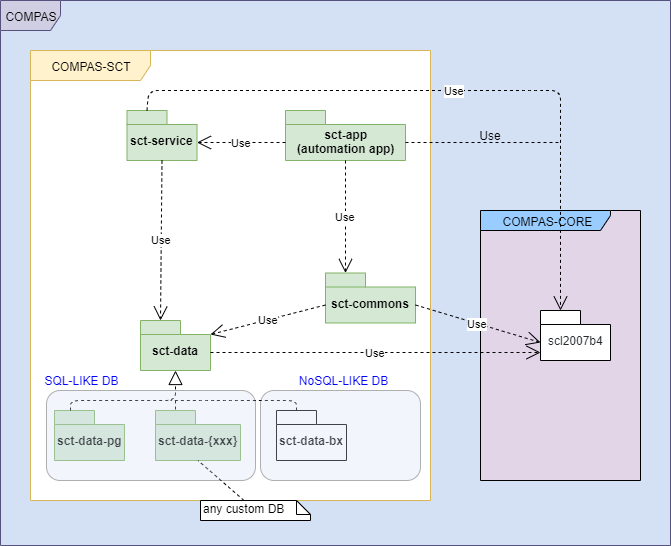
Earlier version of the draw.io export doc/images/PackageDiagram-CompasSCT.png (com-pas/compas-sct). Source tidied: cells renumbered, new cells last; positions are measured from the earlier drawing's top-left corner, leaving out a move shared by most shapes. The source it was exported from:
```xml
<mxGraphModel>
  <root>
    <mxCell id="0" />
    <mxCell id="1" parent="0" />
    <mxCell id="2" value="COMPAS" style="shape=umlFrame;whiteSpace=wrap;html=1;fillColor=#d0cee2;strokeColor=#56517e;swimlaneFillColor=#D4E1F5;" parent="1" vertex="1">
      <mxGeometry width="670" height="545" as="geometry" />
    </mxCell>
    <mxCell id="3" value="COMPAS-SCT" style="shape=umlFrame;whiteSpace=wrap;html=1;width=120;height=30;fillColor=#fff2cc;strokeColor=#d6b656;swimlaneFillColor=#ffffff;" parent="1" vertex="1">
      <mxGeometry x="30" y="50" width="400" height="450" as="geometry" />
    </mxCell>
    <mxCell id="4" value="COMPAS-CORE" style="shape=umlFrame;whiteSpace=wrap;html=1;width=130;height=20;swimlaneFillColor=#E1D5E7;fillColor=#99CCFF;" parent="1" vertex="1">
      <mxGeometry x="480" y="210" width="160" height="270" as="geometry" />
    </mxCell>
    <mxCell id="5" value="sct-commons" style="shape=folder;fontStyle=1;spacingTop=10;tabWidth=40;tabHeight=14;tabPosition=left;html=1;fillColor=#d5e8d4;strokeColor=#82b366;" parent="1" vertex="1">
      <mxGeometry x="325" y="272.5" width="90" height="50" as="geometry" />
    </mxCell>
    <mxCell id="6" value="sct-data" style="shape=folder;fontStyle=1;spacingTop=10;tabWidth=40;tabHeight=14;tabPosition=left;html=1;fillColor=#d5e8d4;strokeColor=#82b366;" parent="1" vertex="1">
      <mxGeometry x="140" y="320" width="70" height="50" as="geometry" />
    </mxCell>
    <mxCell id="7" value="sct-data-pg" style="shape=folder;fontStyle=1;spacingTop=10;tabWidth=40;tabHeight=14;tabPosition=left;html=1;fillColor=#d5e8d4;strokeColor=#82b366;" parent="1" vertex="1">
      <mxGeometry x="54" y="410" width="70" height="50" as="geometry" />
    </mxCell>
    <mxCell id="8" value="sct-data-bx" style="shape=folder;fontStyle=1;spacingTop=10;tabWidth=40;tabHeight=14;tabPosition=left;html=1;" parent="1" vertex="1">
      <mxGeometry x="276" y="410" width="70" height="50" as="geometry" />
    </mxCell>
    <mxCell id="9" value="sct-service" style="shape=folder;fontStyle=1;spacingTop=10;tabWidth=40;tabHeight=14;tabPosition=left;html=1;fillColor=#d5e8d4;strokeColor=#82b366;" parent="1" vertex="1">
      <mxGeometry x="126.5" y="110" width="70" height="50" as="geometry" />
    </mxCell>
    <mxCell id="10" value="sct-app&lt;br&gt;(automation app)" style="shape=folder;fontStyle=1;spacingTop=10;tabWidth=40;tabHeight=14;tabPosition=left;html=1;fillColor=#d5e8d4;strokeColor=#82b366;" parent="1" vertex="1">
      <mxGeometry x="285" y="110" width="120" height="50" as="geometry" />
    </mxCell>
    <mxCell id="11" value="Use" style="endArrow=open;endSize=12;dashed=1;html=1;exitX=0.5;exitY=1;exitDx=0;exitDy=0;exitPerimeter=0;entryX=0;entryY=0;entryDx=20;entryDy=0;entryPerimeter=0;" parent="1" edge="1" source="9" target="6">
      <mxGeometry relative="1" as="geometry" />
    </mxCell>
    <mxCell id="12" value="Use" style="endArrow=open;endSize=12;dashed=1;html=1;exitX=0.5;exitY=1;exitDx=0;exitDy=0;exitPerimeter=0;entryX=0;entryY=0;entryDx=20;entryDy=0;entryPerimeter=0;" parent="1" edge="1" source="10" target="5">
      <mxGeometry relative="1" as="geometry" />
    </mxCell>
    <mxCell id="13" value="Use" style="endArrow=open;endSize=12;dashed=1;html=1;exitX=0;exitY=0;exitDx=0;exitDy=32;exitPerimeter=0;entryX=0;entryY=0;entryDx=70;entryDy=32;entryPerimeter=0;" parent="1" edge="1" source="10" target="9">
      <mxGeometry relative="1" as="geometry" />
    </mxCell>
    <mxCell id="14" style="endArrow=block;dashed=1;endFill=0;endSize=12;html=1;entryX=0.5;entryY=1;entryDx=0;entryDy=0;entryPerimeter=0;edgeStyle=orthogonalEdgeStyle;" parent="1" edge="1" target="6">
      <mxGeometry relative="1" as="geometry">
        <mxPoint x="70" y="410" as="sourcePoint" />
        <Array as="points">
          <mxPoint x="70" y="410" />
          <mxPoint x="70" y="400" />
          <mxPoint x="175" y="400" />
        </Array>
      </mxGeometry>
    </mxCell>
    <mxCell id="15" style="endArrow=none;dashed=1;html=1;exitX=0;exitY=0;exitDx=20;exitDy=0;exitPerimeter=0;" parent="1" edge="1" source="8">
      <mxGeometry relative="1" as="geometry">
        <mxPoint x="170" y="400" as="targetPoint" />
        <Array as="points">
          <mxPoint x="296" y="400" />
          <mxPoint x="230" y="400" />
          <mxPoint x="210" y="400" />
        </Array>
      </mxGeometry>
    </mxCell>
    <mxCell id="16" value="&lt;font color=&quot;#24292e&quot; size=&quot;1&quot;&gt;&lt;span style=&quot;font-weight: 400 ; white-space: normal ; font-size: 12px&quot;&gt;scl2007b4&lt;/span&gt;&lt;/font&gt;" style="shape=folder;fontStyle=1;spacingTop=10;tabWidth=40;tabHeight=14;tabPosition=left;html=1;" parent="1" vertex="1">
      <mxGeometry x="540" y="310" width="70" height="50" as="geometry" />
    </mxCell>
    <mxCell id="17" value="Use" style="endArrow=open;endSize=12;dashed=1;html=1;exitX=0;exitY=0;exitDx=90;exitDy=32;exitPerimeter=0;entryX=0;entryY=0;entryDx=0;entryDy=32;entryPerimeter=0;" parent="1" edge="1" source="5" target="16">
      <mxGeometry relative="1" as="geometry" />
    </mxCell>
    <mxCell id="18" value="sct-data-{xxx}" style="shape=folder;fontStyle=1;spacingTop=10;tabWidth=40;tabHeight=14;tabPosition=left;html=1;fillColor=#d5e8d4;strokeColor=#82b366;" parent="1" vertex="1">
      <mxGeometry x="155" y="410" width="85" height="50" as="geometry" />
    </mxCell>
    <mxCell id="19" style="endArrow=none;dashed=1;html=1;entryX=0;entryY=0;entryDx=20;entryDy=0;entryPerimeter=0;" parent="1" edge="1" target="18">
      <mxGeometry relative="1" as="geometry">
        <mxPoint x="175" y="400" as="sourcePoint" />
      </mxGeometry>
    </mxCell>
    <mxCell id="20" value="any custom DB" style="shape=note;whiteSpace=wrap;html=1;size=14;verticalAlign=top;align=left;spacingTop=-6;" parent="1" vertex="1">
      <mxGeometry x="200" y="500" width="110" height="20" as="geometry" />
    </mxCell>
    <mxCell id="21" style="endArrow=none;dashed=1;html=1;entryX=0.5;entryY=1;entryDx=0;entryDy=0;entryPerimeter=0;" parent="1" edge="1" source="20" target="18">
      <mxGeometry relative="1" as="geometry" />
    </mxCell>
    <mxCell id="22" value="Use" style="endArrow=open;endSize=12;dashed=1;html=1;exitX=0;exitY=0;exitDx=70;exitDy=32;exitPerimeter=0;" parent="1" edge="1" source="6">
      <mxGeometry relative="1" as="geometry">
        <mxPoint x="540" y="352" as="targetPoint" />
      </mxGeometry>
    </mxCell>
    <mxCell id="23" value="Use" style="endArrow=open;endSize=12;dashed=1;html=1;exitX=0;exitY=0;exitDx=0;exitDy=32;exitPerimeter=0;entryX=0;entryY=0;entryDx=70;entryDy=14;entryPerimeter=0;" parent="1" edge="1" source="5" target="6">
      <mxGeometry relative="1" as="geometry" />
    </mxCell>
    <mxCell id="24" value="Use" style="endArrow=open;endSize=12;dashed=1;html=1;exitX=0;exitY=0;exitDx=20;exitDy=0;exitPerimeter=0;entryX=0;entryY=0;entryDx=20;entryDy=0;entryPerimeter=0;" parent="1" edge="1" source="9" target="16">
      <mxGeometry relative="1" as="geometry">
        <Array as="points">
          <mxPoint x="148" y="90" />
          <mxPoint x="530" y="90" />
          <mxPoint x="560" y="90" />
        </Array>
      </mxGeometry>
    </mxCell>
    <mxCell id="25" style="endArrow=none;dashed=1;html=1;exitX=0;exitY=0;exitDx=120;exitDy=32;exitPerimeter=0;" parent="1" edge="1" source="10">
      <mxGeometry relative="1" as="geometry">
        <mxPoint x="560" y="142" as="targetPoint" />
      </mxGeometry>
    </mxCell>
    <mxCell id="26" value="Use" style="text;html=1;strokeColor=none;fillColor=none;align=center;verticalAlign=middle;whiteSpace=wrap;rounded=0;" parent="1" vertex="1">
      <mxGeometry x="470" y="125" width="40" height="20" as="geometry" />
    </mxCell>
    <mxCell id="27" style="rounded=1;whiteSpace=wrap;html=1;opacity=30;fillColor=#D4E1F5;" parent="1" vertex="1">
      <mxGeometry x="46" y="390" width="209" height="90" as="geometry" />
    </mxCell>
    <mxCell id="28" style="rounded=1;whiteSpace=wrap;html=1;opacity=30;fillColor=#D4E1F5;" parent="1" vertex="1">
      <mxGeometry x="260" y="390" width="160" height="90" as="geometry" />
    </mxCell>
    <mxCell id="29" value="&lt;font color=&quot;#0000ff&quot;&gt;SQL-LIKE DB&lt;/font&gt;" style="text;html=1;strokeColor=none;fillColor=none;align=center;verticalAlign=middle;whiteSpace=wrap;rounded=0;opacity=50;" parent="1" vertex="1">
      <mxGeometry x="42" y="370" width="78" height="20" as="geometry" />
    </mxCell>
    <mxCell id="30" value="&lt;font color=&quot;#0000ff&quot;&gt;NoSQL-LIKE DB&lt;/font&gt;" style="text;html=1;strokeColor=none;fillColor=none;align=center;verticalAlign=middle;whiteSpace=wrap;rounded=0;opacity=50;" parent="1" vertex="1">
      <mxGeometry x="285" y="370" width="115" height="20" as="geometry" />
    </mxCell>
  </root>
</mxGraphModel>
```
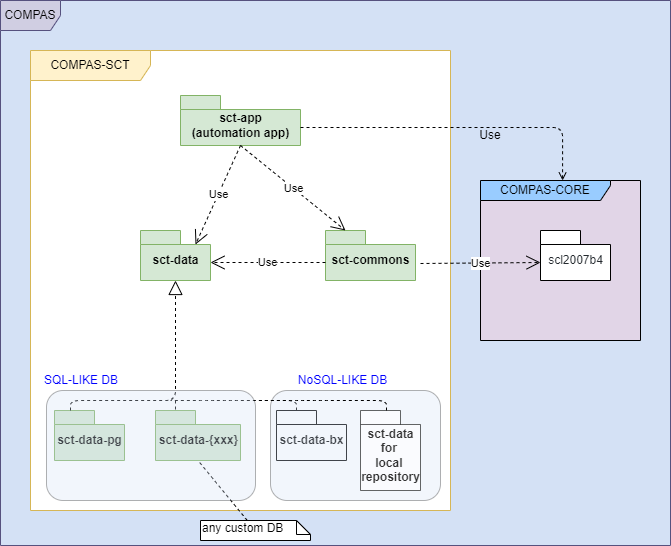
The same file after the commit.

What changed in the source:
```diff
@@ -6,16 +6,16 @@
       <mxGeometry width="670" height="545" as="geometry" />
     </mxCell>
     <mxCell id="3" value="COMPAS-SCT" style="shape=umlFrame;whiteSpace=wrap;html=1;width=120;height=30;fillColor=#fff2cc;strokeColor=#d6b656;swimlaneFillColor=#ffffff;" parent="1" vertex="1">
-      <mxGeometry x="30" y="50" width="400" height="450" as="geometry" />
+      <mxGeometry x="30" y="50" width="420" height="460" as="geometry" />
     </mxCell>
     <mxCell id="4" value="COMPAS-CORE" style="shape=umlFrame;whiteSpace=wrap;html=1;width=130;height=20;swimlaneFillColor=#E1D5E7;fillColor=#99CCFF;" parent="1" vertex="1">
-      <mxGeometry x="480" y="210" width="160" height="270" as="geometry" />
+      <mxGeometry x="480" y="180" width="160" height="160" as="geometry" />
     </mxCell>
     <mxCell id="5" value="sct-commons" style="shape=folder;fontStyle=1;spacingTop=10;tabWidth=40;tabHeight=14;tabPosition=left;html=1;fillColor=#d5e8d4;strokeColor=#82b366;" parent="1" vertex="1">
-      <mxGeometry x="325" y="272.5" width="90" height="50" as="geometry" />
+      <mxGeometry x="325" y="230" width="90" height="50" as="geometry" />
     </mxCell>
     <mxCell id="6" value="sct-data" style="shape=folder;fontStyle=1;spacingTop=10;tabWidth=40;tabHeight=14;tabPosition=left;html=1;fillColor=#d5e8d4;strokeColor=#82b366;" parent="1" vertex="1">
-      <mxGeometry x="140" y="320" width="70" height="50" as="geometry" />
+      <mxGeometry x="140" y="230" width="70" height="50" as="geometry" />
     </mxCell>
     <mxCell id="7" value="sct-data-pg" style="shape=folder;fontStyle=1;spacingTop=10;tabWidth=40;tabHeight=14;tabPosition=left;html=1;fillColor=#d5e8d4;strokeColor=#82b366;" parent="1" vertex="1">
       <mxGeometry x="54" y="410" width="70" height="50" as="geometry" />
@@ -23,97 +23,91 @@
     <mxCell id="8" value="sct-data-bx" style="shape=folder;fontStyle=1;spacingTop=10;tabWidth=40;tabHeight=14;tabPosition=left;html=1;" parent="1" vertex="1">
       <mxGeometry x="276" y="410" width="70" height="50" as="geometry" />
     </mxCell>
-    <mxCell id="9" value="sct-service" style="shape=folder;fontStyle=1;spacingTop=10;tabWidth=40;tabHeight=14;tabPosition=left;html=1;fillColor=#d5e8d4;strokeColor=#82b366;" parent="1" vertex="1">
-      <mxGeometry x="126.5" y="110" width="70" height="50" as="geometry" />
-    </mxCell>
     <mxCell id="10" value="sct-app&lt;br&gt;(automation app)" style="shape=folder;fontStyle=1;spacingTop=10;tabWidth=40;tabHeight=14;tabPosition=left;html=1;fillColor=#d5e8d4;strokeColor=#82b366;" parent="1" vertex="1">
-      <mxGeometry x="285" y="110" width="120" height="50" as="geometry" />
+      <mxGeometry x="180" y="95" width="120" height="50" as="geometry" />
     </mxCell>
-    <mxCell id="11" value="Use" style="endArrow=open;endSize=12;dashed=1;html=1;exitX=0.5;exitY=1;exitDx=0;exitDy=0;exitPerimeter=0;entryX=0;entryY=0;entryDx=20;entryDy=0;entryPerimeter=0;" parent="1" edge="1" source="9" target="6">
-      <mxGeometry relative="1" as="geometry" />
-    </mxCell>
     <mxCell id="12" value="Use" style="endArrow=open;endSize=12;dashed=1;html=1;exitX=0.5;exitY=1;exitDx=0;exitDy=0;exitPerimeter=0;entryX=0;entryY=0;entryDx=20;entryDy=0;entryPerimeter=0;" parent="1" edge="1" source="10" target="5">
       <mxGeometry relative="1" as="geometry" />
     </mxCell>
-    <mxCell id="13" value="Use" style="endArrow=open;endSize=12;dashed=1;html=1;exitX=0;exitY=0;exitDx=0;exitDy=32;exitPerimeter=0;entryX=0;entryY=0;entryDx=70;entryDy=32;entryPerimeter=0;" parent="1" edge="1" source="10" target="9">
-      <mxGeometry relative="1" as="geometry" />
-    </mxCell>
-    <mxCell id="14" style="endArrow=block;dashed=1;endFill=0;endSize=12;html=1;entryX=0.5;entryY=1;entryDx=0;entryDy=0;entryPerimeter=0;edgeStyle=orthogonalEdgeStyle;" parent="1" edge="1" target="6">
-      <mxGeometry relative="1" as="geometry">
-        <mxPoint x="70" y="410" as="sourcePoint" />
-        <Array as="points">
-          <mxPoint x="70" y="410" />
-          <mxPoint x="70" y="400" />
-          <mxPoint x="175" y="400" />
-        </Array>
-      </mxGeometry>
-    </mxCell>
-    <mxCell id="15" style="endArrow=none;dashed=1;html=1;exitX=0;exitY=0;exitDx=20;exitDy=0;exitPerimeter=0;" parent="1" edge="1" source="8">
-      <mxGeometry relative="1" as="geometry">
-        <mxPoint x="170" y="400" as="targetPoint" />
-        <Array as="points">
-          <mxPoint x="296" y="400" />
-          <mxPoint x="230" y="400" />
-          <mxPoint x="210" y="400" />
-        </Array>
-      </mxGeometry>
-    </mxCell>
+    <mxCell id="31" value="Use" style="endArrow=open;endSize=12;dashed=1;html=1;exitX=0.5;exitY=1;exitDx=0;exitDy=0;exitPerimeter=0;entryX=0;entryY=0;entryDx=55;entryDy=14;entryPerimeter=0;" parent="1" edge="1" source="10" target="6">
+      <mxGeometry relative="1" as="geometry" />
+    </mxCell>
+    <mxCell id="32" style="endArrow=block;dashed=1;endFill=0;endSize=12;html=1;entryX=0.5;entryY=1;entryDx=0;entryDy=0;entryPerimeter=0;edgeStyle=orthogonalEdgeStyle;" parent="1" edge="1" target="6">
+      <mxGeometry relative="1" as="geometry">
+        <mxPoint x="70" y="410" as="sourcePoint" />
+        <Array as="points">
+          <mxPoint x="70" y="410" />
+          <mxPoint x="70" y="400" />
+          <mxPoint x="175" y="400" />
+        </Array>
+      </mxGeometry>
+    </mxCell>
+    <mxCell id="33" style="endArrow=none;dashed=1;html=1;exitX=0;exitY=0;exitDx=20;exitDy=0;exitPerimeter=0;" parent="1" edge="1" source="8">
+      <mxGeometry relative="1" as="geometry">
+        <mxPoint x="170" y="400" as="targetPoint" />
+        <Array as="points">
+          <mxPoint x="296" y="400" />
+          <mxPoint x="230" y="400" />
+          <mxPoint x="210" y="400" />
+        </Array>
+      </mxGeometry>
+    </mxCell>
     <mxCell id="16" value="&lt;font color=&quot;#24292e&quot; size=&quot;1&quot;&gt;&lt;span style=&quot;font-weight: 400 ; white-space: normal ; font-size: 12px&quot;&gt;scl2007b4&lt;/span&gt;&lt;/font&gt;" style="shape=folder;fontStyle=1;spacingTop=10;tabWidth=40;tabHeight=14;tabPosition=left;html=1;" parent="1" vertex="1">
-      <mxGeometry x="540" y="310" width="70" height="50" as="geometry" />
+      <mxGeometry x="540" y="230" width="70" height="50" as="geometry" />
     </mxCell>
-    <mxCell id="17" value="Use" style="endArrow=open;endSize=12;dashed=1;html=1;exitX=0;exitY=0;exitDx=90;exitDy=32;exitPerimeter=0;entryX=0;entryY=0;entryDx=0;entryDy=32;entryPerimeter=0;" parent="1" edge="1" source="5" target="16">
-      <mxGeometry relative="1" as="geometry" />
-    </mxCell>
+    <mxCell id="34" value="Use" style="endArrow=open;endSize=12;dashed=1;html=1;entryX=0;entryY=0;entryDx=0;entryDy=32;entryPerimeter=0;" parent="1" edge="1" target="16">
+      <mxGeometry relative="1" as="geometry">
+        <mxPoint x="420" y="263" as="sourcePoint" />
+      </mxGeometry>
+    </mxCell>
     <mxCell id="18" value="sct-data-{xxx}" style="shape=folder;fontStyle=1;spacingTop=10;tabWidth=40;tabHeight=14;tabPosition=left;html=1;fillColor=#d5e8d4;strokeColor=#82b366;" parent="1" vertex="1">
       <mxGeometry x="155" y="410" width="85" height="50" as="geometry" />
     </mxCell>
-    <mxCell id="19" style="endArrow=none;dashed=1;html=1;entryX=0;entryY=0;entryDx=20;entryDy=0;entryPerimeter=0;" parent="1" edge="1" target="18">
-      <mxGeometry relative="1" as="geometry">
-        <mxPoint x="175" y="400" as="sourcePoint" />
-      </mxGeometry>
-    </mxCell>
+    <mxCell id="35" style="endArrow=none;dashed=1;html=1;entryX=0;entryY=0;entryDx=20;entryDy=0;entryPerimeter=0;" parent="1" edge="1" target="18">
+      <mxGeometry relative="1" as="geometry">
+        <mxPoint x="175" y="400" as="sourcePoint" />
+      </mxGeometry>
+    </mxCell>
     <mxCell id="20" value="any custom DB" style="shape=note;whiteSpace=wrap;html=1;size=14;verticalAlign=top;align=left;spacingTop=-6;" parent="1" vertex="1">
-      <mxGeometry x="200" y="500" width="110" height="20" as="geometry" />
+      <mxGeometry x="200" y="520" width="110" height="20" as="geometry" />
     </mxCell>
     <mxCell id="21" style="endArrow=none;dashed=1;html=1;entryX=0.5;entryY=1;entryDx=0;entryDy=0;entryPerimeter=0;" parent="1" edge="1" source="20" target="18">
       <mxGeometry relative="1" as="geometry" />
     </mxCell>
-    <mxCell id="22" value="Use" style="endArrow=open;endSize=12;dashed=1;html=1;exitX=0;exitY=0;exitDx=70;exitDy=32;exitPerimeter=0;" parent="1" edge="1" source="6">
-      <mxGeometry relative="1" as="geometry">
-        <mxPoint x="540" y="352" as="targetPoint" />
-      </mxGeometry>
-    </mxCell>
-    <mxCell id="23" value="Use" style="endArrow=open;endSize=12;dashed=1;html=1;exitX=0;exitY=0;exitDx=0;exitDy=32;exitPerimeter=0;entryX=0;entryY=0;entryDx=70;entryDy=14;entryPerimeter=0;" parent="1" edge="1" source="5" target="6">
-      <mxGeometry relative="1" as="geometry" />
-    </mxCell>
-    <mxCell id="24" value="Use" style="endArrow=open;endSize=12;dashed=1;html=1;exitX=0;exitY=0;exitDx=20;exitDy=0;exitPerimeter=0;entryX=0;entryY=0;entryDx=20;entryDy=0;entryPerimeter=0;" parent="1" edge="1" source="9" target="16">
-      <mxGeometry relative="1" as="geometry">
-        <Array as="points">
-          <mxPoint x="148" y="90" />
-          <mxPoint x="530" y="90" />
-          <mxPoint x="560" y="90" />
-        </Array>
-      </mxGeometry>
-    </mxCell>
-    <mxCell id="25" style="endArrow=none;dashed=1;html=1;exitX=0;exitY=0;exitDx=120;exitDy=32;exitPerimeter=0;" parent="1" edge="1" source="10">
-      <mxGeometry relative="1" as="geometry">
-        <mxPoint x="560" y="142" as="targetPoint" />
-      </mxGeometry>
-    </mxCell>
+    <mxCell id="13" value="Use" style="endArrow=open;endSize=12;dashed=1;html=1;exitX=0;exitY=0;exitDx=0;exitDy=32;exitPerimeter=0;entryX=0;entryY=0;entryDx=70;entryDy=32;entryPerimeter=0;" parent="1" edge="1" source="5" target="6">
+      <mxGeometry relative="1" as="geometry" />
+    </mxCell>
+    <mxCell id="36" style="endArrow=open;dashed=1;html=1;exitX=0;exitY=0;exitDx=120;exitDy=32;exitPerimeter=0;entryX=0.513;entryY=0;entryDx=0;entryDy=0;entryPerimeter=0;edgeStyle=orthogonalEdgeStyle;endFill=0;" parent="1" edge="1" source="10" target="4">
+      <mxGeometry relative="1" as="geometry" />
+    </mxCell>
     <mxCell id="26" value="Use" style="text;html=1;strokeColor=none;fillColor=none;align=center;verticalAlign=middle;whiteSpace=wrap;rounded=0;" parent="1" vertex="1">
       <mxGeometry x="470" y="125" width="40" height="20" as="geometry" />
     </mxCell>
-    <mxCell id="27" style="rounded=1;whiteSpace=wrap;html=1;opacity=30;fillColor=#D4E1F5;" parent="1" vertex="1">
-      <mxGeometry x="46" y="390" width="209" height="90" as="geometry" />
-    </mxCell>
-    <mxCell id="28" style="rounded=1;whiteSpace=wrap;html=1;opacity=30;fillColor=#D4E1F5;" parent="1" vertex="1">
-      <mxGeometry x="260" y="390" width="160" height="90" as="geometry" />
-    </mxCell>
+    <mxCell id="37" style="rounded=1;whiteSpace=wrap;html=1;opacity=30;fillColor=#D4E1F5;" parent="1" vertex="1">
+      <mxGeometry x="46" y="390" width="209" height="110" as="geometry" />
+    </mxCell>
+    <mxCell id="38" style="rounded=1;whiteSpace=wrap;html=1;opacity=30;fillColor=#D4E1F5;" parent="1" vertex="1">
+      <mxGeometry x="270" y="390" width="170" height="110" as="geometry" />
+    </mxCell>
     <mxCell id="29" value="&lt;font color=&quot;#0000ff&quot;&gt;SQL-LIKE DB&lt;/font&gt;" style="text;html=1;strokeColor=none;fillColor=none;align=center;verticalAlign=middle;whiteSpace=wrap;rounded=0;opacity=50;" parent="1" vertex="1">
       <mxGeometry x="42" y="370" width="78" height="20" as="geometry" />
     </mxCell>
     <mxCell id="30" value="&lt;font color=&quot;#0000ff&quot;&gt;NoSQL-LIKE DB&lt;/font&gt;" style="text;html=1;strokeColor=none;fillColor=none;align=center;verticalAlign=middle;whiteSpace=wrap;rounded=0;opacity=50;" parent="1" vertex="1">
       <mxGeometry x="285" y="370" width="115" height="20" as="geometry" />
     </mxCell>
+    <mxCell id="39" value="&lt;font color=&quot;#333333&quot;&gt;sct-data&lt;br&gt;for&amp;nbsp;&lt;br&gt;local &lt;br&gt;repository&lt;/font&gt;" style="shape=folder;fontStyle=1;spacingTop=10;tabWidth=40;tabHeight=14;tabPosition=left;html=1;opacity=60;" parent="1" vertex="1">
+      <mxGeometry x="360" y="410" width="60" height="80" as="geometry" />
+    </mxCell>
+    <mxCell id="40" style="endArrow=none;dashed=1;html=1;exitX=0;exitY=0;exitDx=20;exitDy=0;exitPerimeter=0;" parent="1" edge="1">
+      <mxGeometry relative="1" as="geometry">
+        <mxPoint x="386" y="410" as="sourcePoint" />
+        <mxPoint x="260" y="400" as="targetPoint" />
+        <Array as="points">
+          <mxPoint x="386" y="400" />
+          <mxPoint x="320" y="400" />
+          <mxPoint x="300" y="400" />
+        </Array>
+      </mxGeometry>
+    </mxCell>
   </root>
 </mxGraphModel>
```
